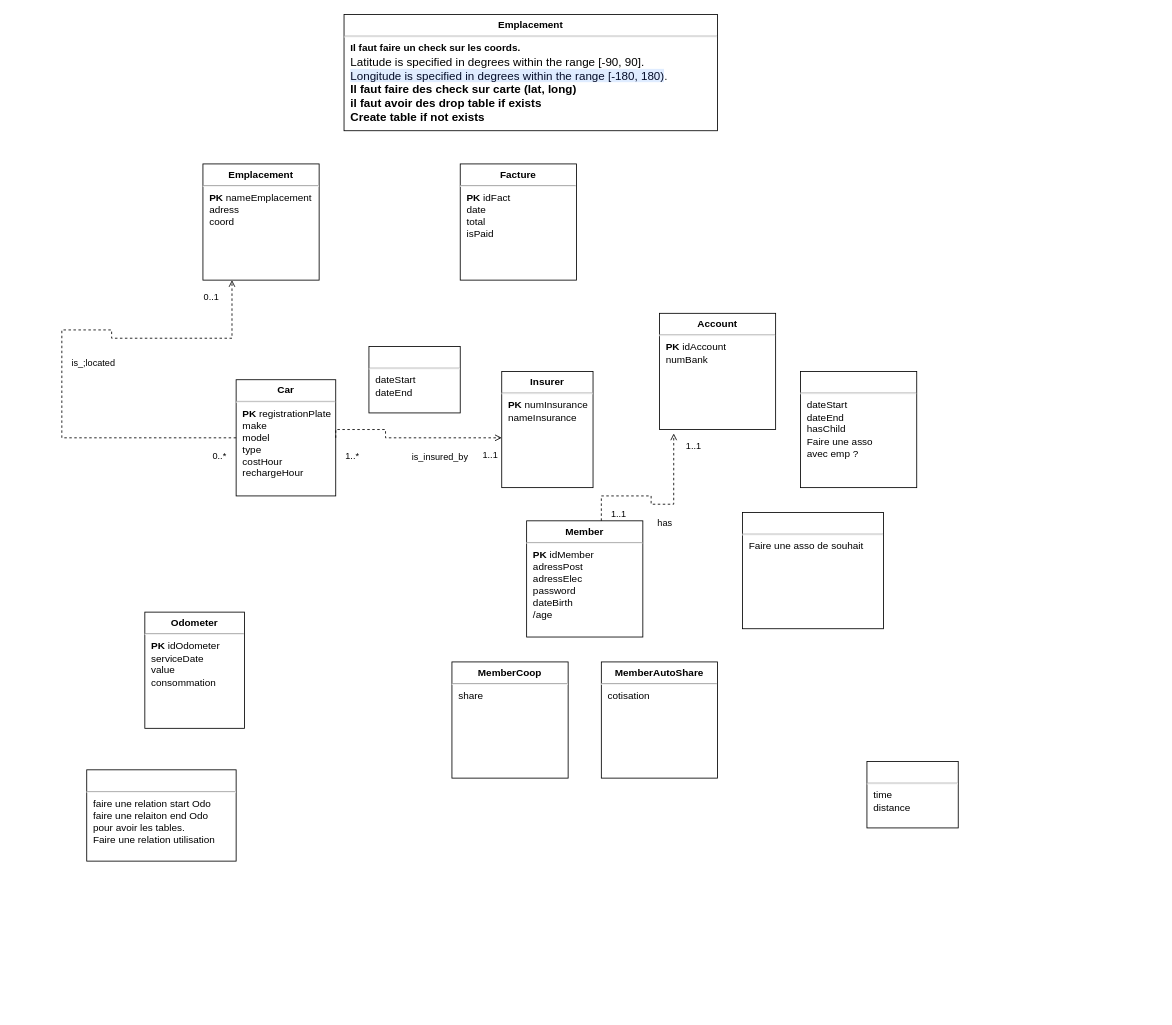
Before: page "Sherwin" (1 of 2) of TP4.drawio in lyg2/Reservation-SQL, a draw.io diagram. Source tidied: cells renumbered, new cells numbered last; positions are measured from the earlier drawing's top-left corner, leaving out a move shared by most shapes. Both pictures are drawn from the tidied source at 83%, with x=0, y=0 at pixel (61, 14).
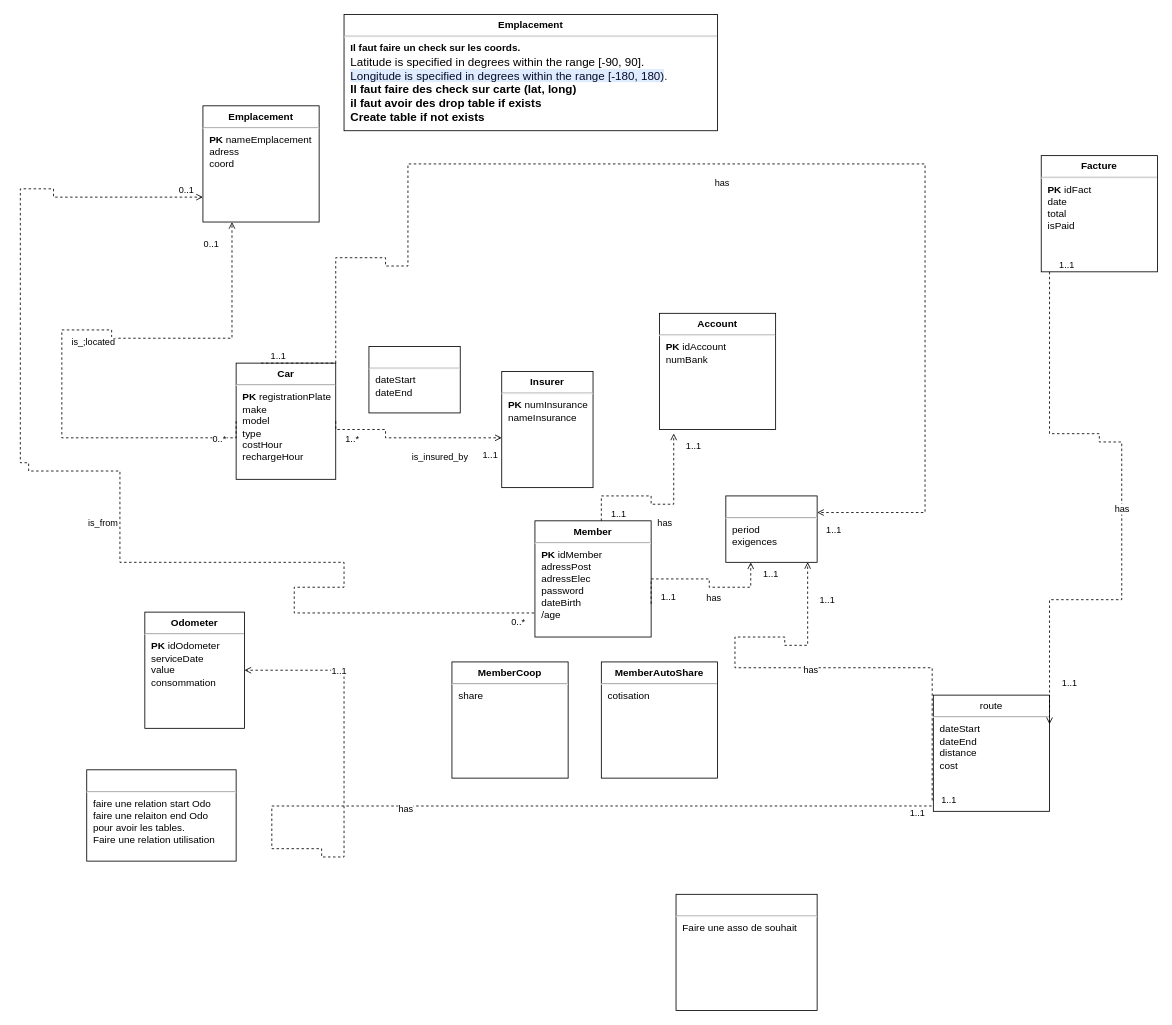
After the change.

The change refers to these unchanged cells:
```xml
<mxCell id="4" value="&lt;p style=&quot;margin:0px;margin-top:6px;text-align:center;&quot;&gt;&lt;b&gt;Odometer&lt;/b&gt;&lt;/p&gt;&lt;hr&gt;&lt;p style=&quot;margin:0px;margin-left:8px;&quot;&gt;&lt;b&gt;PK&lt;/b&gt;&amp;nbsp;idOdometer&lt;/p&gt;&lt;p style=&quot;margin:0px;margin-left:8px;&quot;&gt;serviceDate&lt;/p&gt;&lt;p style=&quot;margin:0px;margin-left:8px;&quot;&gt;value&lt;/p&gt;&lt;p style=&quot;margin:0px;margin-left:8px;&quot;&gt;consommation&lt;/p&gt;" style="align=left;overflow=fill;html=1;" parent="1" vertex="1">
  <mxGeometry x="100" y="720" width="120" height="140" as="geometry" />
</mxCell>
```

Change to the diagram source:
```diff
@@
     <mxCell id="2" value="&lt;p style=&quot;margin:0px;margin-top:6px;text-align:center;&quot;&gt;&lt;b&gt;Car&lt;/b&gt;&lt;/p&gt;&lt;hr&gt;&lt;p style=&quot;margin:0px;margin-left:8px;&quot;&gt;&lt;b&gt;PK&lt;/b&gt;&amp;nbsp;registrationPlate&lt;/p&gt;&lt;p style=&quot;margin:0px;margin-left:8px;&quot;&gt;make&lt;/p&gt;&lt;p style=&quot;margin:0px;margin-left:8px;&quot;&gt;model&lt;/p&gt;&lt;p style=&quot;margin:0px;margin-left:8px;&quot;&gt;type&lt;/p&gt;&lt;p style=&quot;margin:0px;margin-left:8px;&quot;&gt;costHour&lt;/p&gt;&lt;p style=&quot;margin:0px;margin-left:8px;&quot;&gt;rechargeHour&lt;/p&gt;" style="align=left;overflow=fill;html=1;" parent="1" vertex="1">
-      <mxGeometry x="210" y="440" width="120" height="140" as="geometry" />
+      <mxGeometry x="210" y="420" width="120" height="140" as="geometry" />
     </mxCell>
@@
     <mxCell id="5" value="&lt;p style=&quot;margin:0px;margin-top:6px;text-align:center;&quot;&gt;&lt;b&gt;Emplacement&lt;/b&gt;&lt;/p&gt;&lt;hr&gt;&lt;p style=&quot;margin:0px;margin-left:8px;&quot;&gt;&lt;b&gt;PK&lt;/b&gt;&amp;nbsp;nameEmplacement&lt;/p&gt;&lt;p style=&quot;margin:0px;margin-left:8px;&quot;&gt;adress&lt;/p&gt;&lt;p style=&quot;margin:0px;margin-left:8px;&quot;&gt;coord&lt;/p&gt;" style="align=left;overflow=fill;html=1;" parent="1" vertex="1">
-      <mxGeometry x="170" y="180" width="140" height="140" as="geometry" />
+      <mxGeometry x="170" y="110" width="140" height="140" as="geometry" />
     </mxCell>
     <mxCell id="6" value="&lt;p style=&quot;margin:0px;margin-top:6px;text-align:center;&quot;&gt;&lt;b&gt;Member&lt;/b&gt;&lt;/p&gt;&lt;hr&gt;&lt;p style=&quot;margin:0px;margin-left:8px;&quot;&gt;&lt;b&gt;PK&lt;/b&gt;&amp;nbsp;idMember&lt;/p&gt;&lt;p style=&quot;margin:0px;margin-left:8px;&quot;&gt;adressPost&lt;/p&gt;&lt;p style=&quot;margin:0px;margin-left:8px;&quot;&gt;adressElec&lt;/p&gt;&lt;p style=&quot;margin:0px;margin-left:8px;&quot;&gt;password&lt;/p&gt;&lt;p style=&quot;margin:0px;margin-left:8px;&quot;&gt;dateBirth&lt;/p&gt;&lt;p style=&quot;margin:0px;margin-left:8px;&quot;&gt;/age&lt;/p&gt;" style="align=left;overflow=fill;html=1;" parent="1" vertex="1">
-      <mxGeometry x="560" y="610" width="140" height="140" as="geometry" />
+      <mxGeometry x="570" y="610" width="140" height="140" as="geometry" />
     </mxCell>
@@
-    <mxCell id="10" value="&lt;p style=&quot;margin:0px;margin-top:6px;text-align:center;&quot;&gt;&lt;br&gt;&lt;/p&gt;&lt;hr&gt;&lt;p style=&quot;margin:0px;margin-left:8px;&quot;&gt;&lt;span style=&quot;background-color: initial;&quot;&gt;dateStart&lt;/span&gt;&lt;/p&gt;&lt;p style=&quot;margin:0px;margin-left:8px;&quot;&gt;dateEnd&lt;/p&gt;&lt;p style=&quot;margin:0px;margin-left:8px;&quot;&gt;hasChild&lt;/p&gt;&lt;p style=&quot;margin:0px;margin-left:8px;&quot;&gt;Faire une asso&amp;nbsp;&lt;/p&gt;&lt;p style=&quot;margin:0px;margin-left:8px;&quot;&gt;avec emp ?&lt;/p&gt;" style="align=left;overflow=fill;html=1;" parent="1" vertex="1">
-      <mxGeometry x="890" y="430" width="140" height="140" as="geometry" />
+    <mxCell id="10" value="&lt;p style=&quot;margin:0px;margin-top:6px;text-align:center;&quot;&gt;route&lt;/p&gt;&lt;hr&gt;&lt;p style=&quot;margin:0px;margin-left:8px;&quot;&gt;dateStart&lt;/p&gt;&lt;p style=&quot;margin:0px;margin-left:8px;&quot;&gt;dateEnd&lt;/p&gt;&lt;p style=&quot;margin:0px;margin-left:8px;&quot;&gt;distance&lt;/p&gt;&lt;p style=&quot;margin:0px;margin-left:8px;&quot;&gt;cost&lt;/p&gt;" style="align=left;overflow=fill;html=1;" parent="1" vertex="1">
+      <mxGeometry x="1050" y="820" width="140" height="140" as="geometry" />
     </mxCell>
     <mxCell id="11" value="&lt;p style=&quot;margin:0px;margin-top:6px;text-align:center;&quot;&gt;&lt;b&gt;Facture&lt;/b&gt;&lt;/p&gt;&lt;hr&gt;&lt;p style=&quot;margin:0px;margin-left:8px;&quot;&gt;&lt;b&gt;PK&lt;/b&gt;&amp;nbsp;idFact&lt;/p&gt;&lt;p style=&quot;margin:0px;margin-left:8px;&quot;&gt;date&lt;/p&gt;&lt;p style=&quot;margin:0px;margin-left:8px;&quot;&gt;total&lt;/p&gt;&lt;p style=&quot;margin:0px;margin-left:8px;&quot;&gt;isPaid&lt;/p&gt;" style="align=left;overflow=fill;html=1;" parent="1" vertex="1">
-      <mxGeometry x="480" y="180" width="140" height="140" as="geometry" />
+      <mxGeometry x="1180" y="170" width="140" height="140" as="geometry" />
     </mxCell>
@@
     <mxCell id="13" value="&lt;p style=&quot;margin:0px;margin-top:6px;text-align:center;&quot;&gt;&lt;br&gt;&lt;/p&gt;&lt;hr&gt;&lt;p style=&quot;margin:0px;margin-left:8px;&quot;&gt;Faire une asso de souhait&lt;/p&gt;" style="align=left;overflow=fill;html=1;" parent="1" vertex="1">
-      <mxGeometry x="820" y="600" width="170" height="140" as="geometry" />
+      <mxGeometry x="740" y="1060" width="170" height="140" as="geometry" />
     </mxCell>
-    <mxCell id="14" value="&lt;p style=&quot;margin:0px;margin-top:6px;text-align:center;&quot;&gt;&lt;br&gt;&lt;/p&gt;&lt;hr&gt;&lt;p style=&quot;margin:0px;margin-left:8px;&quot;&gt;time&lt;/p&gt;&lt;p style=&quot;margin:0px;margin-left:8px;&quot;&gt;distance&lt;/p&gt;&lt;p style=&quot;margin:0px;margin-left:8px;&quot;&gt;&lt;br&gt;&lt;/p&gt;" style="align=left;overflow=fill;html=1;" parent="1" vertex="1">
-      <mxGeometry x="970" y="900" width="110" height="80" as="geometry" />
+    <mxCell id="14" value="&lt;p style=&quot;margin:0px;margin-top:6px;text-align:center;&quot;&gt;&lt;br&gt;&lt;/p&gt;&lt;hr&gt;&lt;p style=&quot;margin:0px;margin-left:8px;&quot;&gt;period&lt;/p&gt;&lt;p style=&quot;margin:0px;margin-left:8px;&quot;&gt;exigences&lt;/p&gt;" style="align=left;overflow=fill;html=1;" parent="1" vertex="1">
+      <mxGeometry x="800" y="580" width="110" height="80" as="geometry" />
     </mxCell>
@@
+    <mxCell id="26" value="is_from" style="endArrow=open;endFill=0;html=1;edgeStyle=orthogonalEdgeStyle;align=left;verticalAlign=top;rounded=0;strokeColor=default;dashed=1;exitX=-0.007;exitY=0.793;exitDx=0;exitDy=0;exitPerimeter=0;" parent="1" edge="1" source="6" target="5">
+      <mxGeometry y="40" relative="1" as="geometry">
+        <Array as="points">
+          <mxPoint x="280" y="721" />
+          <mxPoint x="280" y="690" />
+          <mxPoint x="340" y="690" />
+          <mxPoint x="340" y="660" />
+          <mxPoint x="70" y="660" />
+          <mxPoint x="70" y="550" />
+          <mxPoint x="-40" y="550" />
+          <mxPoint x="-40" y="540" />
+          <mxPoint x="-50" y="540" />
+          <mxPoint x="-50" y="210" />
+          <mxPoint x="-10" y="210" />
+          <mxPoint x="-10" y="220" />
+        </Array>
+      </mxGeometry>
+    </mxCell>
+    <mxCell id="27" value="0..*" style="edgeLabel;html=1;align=left;verticalAlign=bottom;" parent="26" vertex="1">
+      <mxGeometry x="-1" relative="1" as="geometry">
+        <mxPoint x="-29" y="19" as="offset" />
+      </mxGeometry>
+    </mxCell>
+    <mxCell id="28" value="0..1" style="edgeLabel;html=1;align=center;verticalAlign=middle;" parent="26" vertex="1">
+      <mxGeometry x="0.86" relative="1" as="geometry">
+        <mxPoint x="84" y="-10" as="offset" />
+      </mxGeometry>
+    </mxCell>
+    <mxCell id="29" value="has" style="endArrow=open;endFill=0;html=1;edgeStyle=orthogonalEdgeStyle;align=left;verticalAlign=top;rounded=0;strokeColor=default;dashed=1;" parent="1" edge="1" target="14">
+      <mxGeometry y="-10" relative="1" as="geometry">
+        <mxPoint x="710" y="710" as="sourcePoint" />
+        <Array as="points">
+          <mxPoint x="710" y="680" />
+          <mxPoint x="780" y="680" />
+          <mxPoint x="780" y="690" />
+          <mxPoint x="830" y="690" />
+        </Array>
+      </mxGeometry>
+    </mxCell>
+    <mxCell id="30" value="1..1" style="edgeLabel;html=1;align=left;verticalAlign=bottom;" parent="29" vertex="1">
+      <mxGeometry x="-1" relative="1" as="geometry">
+        <mxPoint x="10" as="offset" />
+      </mxGeometry>
+    </mxCell>
+    <mxCell id="31" value="1..1" style="edgeLabel;html=1;align=center;verticalAlign=middle;" parent="29" vertex="1">
+      <mxGeometry x="0.86" relative="1" as="geometry">
+        <mxPoint x="23" as="offset" />
+      </mxGeometry>
+    </mxCell>
+    <mxCell id="32" value="has" style="endArrow=open;endFill=0;html=1;edgeStyle=orthogonalEdgeStyle;align=left;verticalAlign=top;rounded=0;strokeColor=default;dashed=1;exitX=0.25;exitY=0;exitDx=0;exitDy=0;entryX=1;entryY=0.25;entryDx=0;entryDy=0;" parent="1" edge="1" source="2" target="14">
+      <mxGeometry y="-10" relative="1" as="geometry">
+        <Array as="points">
+          <mxPoint x="330" y="420" />
+          <mxPoint x="330" y="293" />
+          <mxPoint x="390" y="293" />
+          <mxPoint x="390" y="303" />
+          <mxPoint x="417" y="303" />
+          <mxPoint x="417" y="180" />
+          <mxPoint x="1040" y="180" />
+          <mxPoint x="1040" y="600" />
+        </Array>
+      </mxGeometry>
+    </mxCell>
+    <mxCell id="33" value="1..1" style="edgeLabel;html=1;align=left;verticalAlign=bottom;" parent="32" vertex="1">
+      <mxGeometry x="-1" relative="1" as="geometry">
+        <mxPoint x="10" as="offset" />
+      </mxGeometry>
+    </mxCell>
+    <mxCell id="34" value="1..1" style="edgeLabel;html=1;align=center;verticalAlign=middle;" parent="32" vertex="1">
+      <mxGeometry x="0.86" relative="1" as="geometry">
+        <mxPoint x="-94" y="20" as="offset" />
+      </mxGeometry>
+    </mxCell>
+    <mxCell id="35" value="has" style="endArrow=open;endFill=0;html=1;edgeStyle=orthogonalEdgeStyle;align=left;verticalAlign=top;rounded=0;strokeColor=default;dashed=1;entryX=0.896;entryY=0.996;entryDx=0;entryDy=0;entryPerimeter=0;exitX=-0.01;exitY=0.906;exitDx=0;exitDy=0;exitPerimeter=0;" parent="1" edge="1" source="10" target="14">
+      <mxGeometry y="-10" relative="1" as="geometry">
+        <Array as="points">
+          <mxPoint x="811" y="787" />
+          <mxPoint x="811" y="750" />
+          <mxPoint x="871" y="750" />
+          <mxPoint x="871" y="760" />
+          <mxPoint x="899" y="760" />
+        </Array>
+      </mxGeometry>
+    </mxCell>
+    <mxCell id="36" value="1..1" style="edgeLabel;html=1;align=left;verticalAlign=bottom;" parent="35" vertex="1">
+      <mxGeometry x="-1" relative="1" as="geometry">
+        <mxPoint x="-29" y="23" as="offset" />
+      </mxGeometry>
+    </mxCell>
+    <mxCell id="37" value="1..1" style="edgeLabel;html=1;align=center;verticalAlign=middle;" parent="35" vertex="1">
+      <mxGeometry x="0.86" relative="1" as="geometry">
+        <mxPoint x="23" as="offset" />
+      </mxGeometry>
+    </mxCell>
+    <mxCell id="38" value="has" style="endArrow=open;endFill=0;html=1;edgeStyle=orthogonalEdgeStyle;align=left;verticalAlign=top;rounded=0;strokeColor=default;dashed=1;entryX=1;entryY=0.25;entryDx=0;entryDy=0;" parent="1" edge="1" source="11" target="10">
+      <mxGeometry y="-10" relative="1" as="geometry">
+        <Array as="points">
+          <mxPoint x="1190" y="505" />
+          <mxPoint x="1250" y="505" />
+          <mxPoint x="1250" y="515" />
+          <mxPoint x="1277" y="515" />
+          <mxPoint x="1277" y="705" />
+        </Array>
+      </mxGeometry>
+    </mxCell>
+    <mxCell id="39" value="1..1" style="edgeLabel;html=1;align=left;verticalAlign=bottom;" parent="38" vertex="1">
+      <mxGeometry x="-1" relative="1" as="geometry">
+        <mxPoint x="10" as="offset" />
+      </mxGeometry>
+    </mxCell>
+    <mxCell id="40" value="1..1" style="edgeLabel;html=1;align=center;verticalAlign=middle;" parent="38" vertex="1">
+      <mxGeometry x="0.86" relative="1" as="geometry">
+        <mxPoint x="23" as="offset" />
+      </mxGeometry>
+    </mxCell>
+    <mxCell id="41" value="has" style="endArrow=open;endFill=0;html=1;edgeStyle=orthogonalEdgeStyle;align=left;verticalAlign=top;rounded=0;strokeColor=default;dashed=1;exitX=-0.015;exitY=0.954;exitDx=0;exitDy=0;exitPerimeter=0;" parent="1" edge="1" source="10" target="4">
+      <mxGeometry y="-10" relative="1" as="geometry">
+        <Array as="points">
+          <mxPoint x="253" y="954" />
+          <mxPoint x="253" y="1005" />
+          <mxPoint x="313" y="1005" />
+          <mxPoint x="313" y="1015" />
+          <mxPoint x="340" y="1015" />
+          <mxPoint x="340" y="790" />
+        </Array>
+      </mxGeometry>
+    </mxCell>
+    <mxCell id="42" value="1..1" style="edgeLabel;html=1;align=left;verticalAlign=bottom;" parent="41" vertex="1">
+      <mxGeometry x="-1" relative="1" as="geometry">
+        <mxPoint x="10" as="offset" />
+      </mxGeometry>
+    </mxCell>
+    <mxCell id="43" value="1..1" style="edgeLabel;html=1;align=center;verticalAlign=middle;" parent="41" vertex="1">
+      <mxGeometry x="0.86" relative="1" as="geometry">
+        <mxPoint x="23" as="offset" />
+      </mxGeometry>
+    </mxCell>
```
